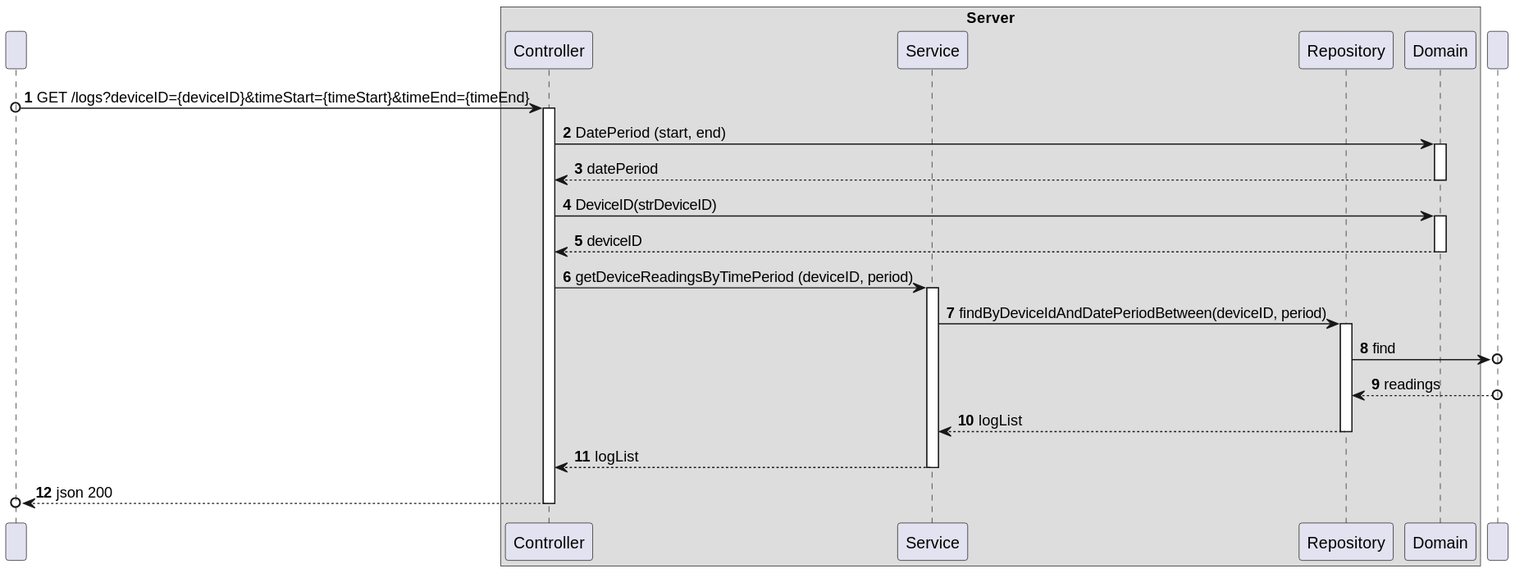
The PlantUML diagram docs/C4_4plus1_models/Level4/ProcessView/ProcessViewLevel4_UC11_v1.svg in moutajDev/smarthome, before a commit.
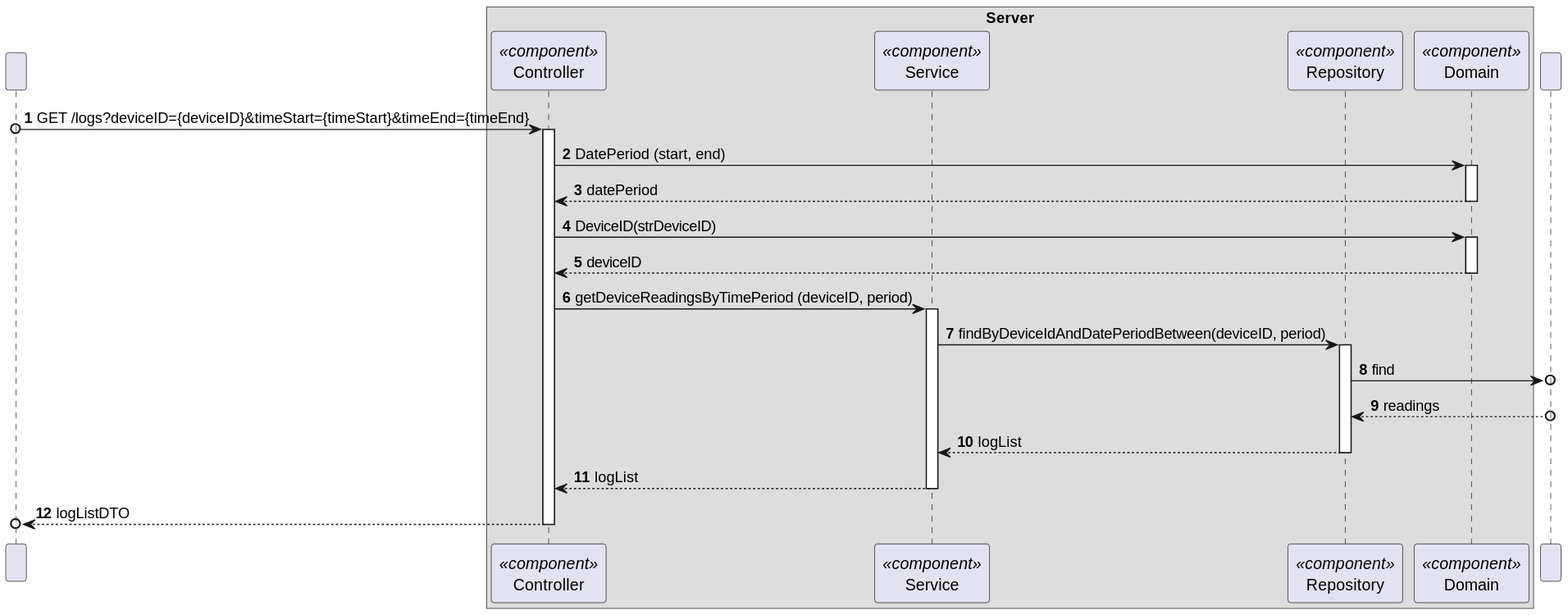
The same file after the commit.

Change to the diagram source:
```diff
@@ -6,10 +6,10 @@
 participant " " as User
 
 box "Server"
-    participant "Controller" as CTRL
-    participant "Service" as SV
-    participant "Repository" as REPO
-    participant "Domain" as DOM
+    participant "Controller" as CTRL<<component>>
+    participant "Service" as SV<<component>>
+    participant "Repository" as REPO<<component>>
+    participant "Domain" as DOM<<component>>
 end box
 
 participant " " as BD
@@ -40,6 +40,6 @@
 
 SV --> CTRL : logList
 deactivate SV
-CTRL -->o User : json 200
+CTRL -->o User : logListDTO
 deactivate CTRL
 @enduml
```
